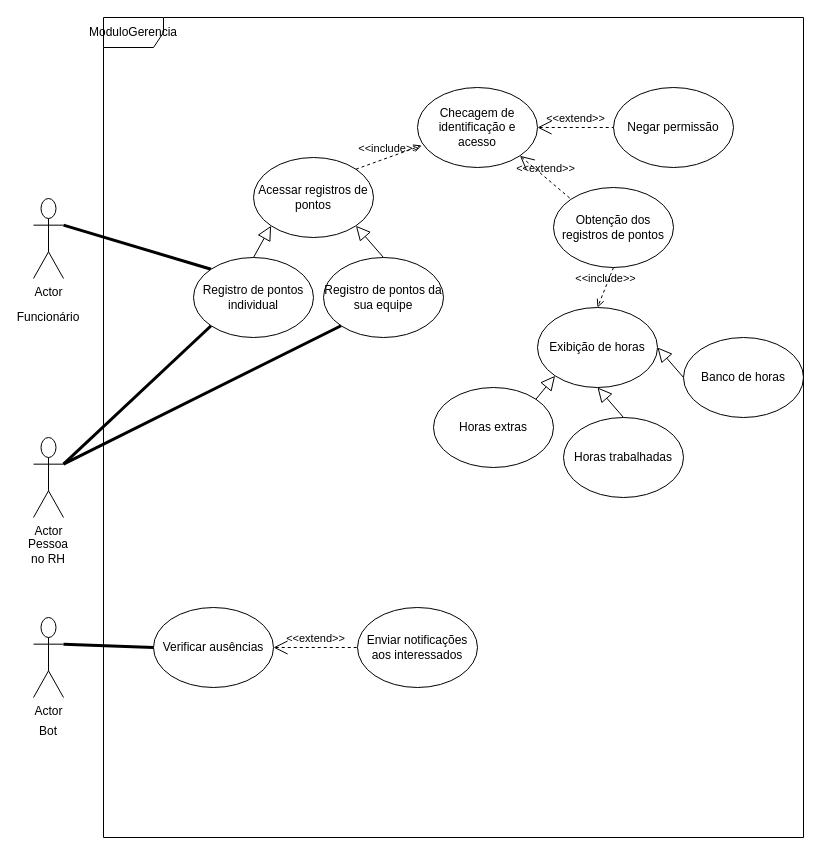
The draw.io diagram DiagramasUML/case-ModuloGerencia.drawio in marcelo-schaefer/senior-proway-controle-ponto, before the edit. Source tidied: cells renumbered, new cells numbered last; positions are measured from the earlier drawing's top-left corner, leaving out a move shared by most shapes. Both pictures are drawn from the tidied source at 100%, with x=0, y=0 at pixel (23, 17).
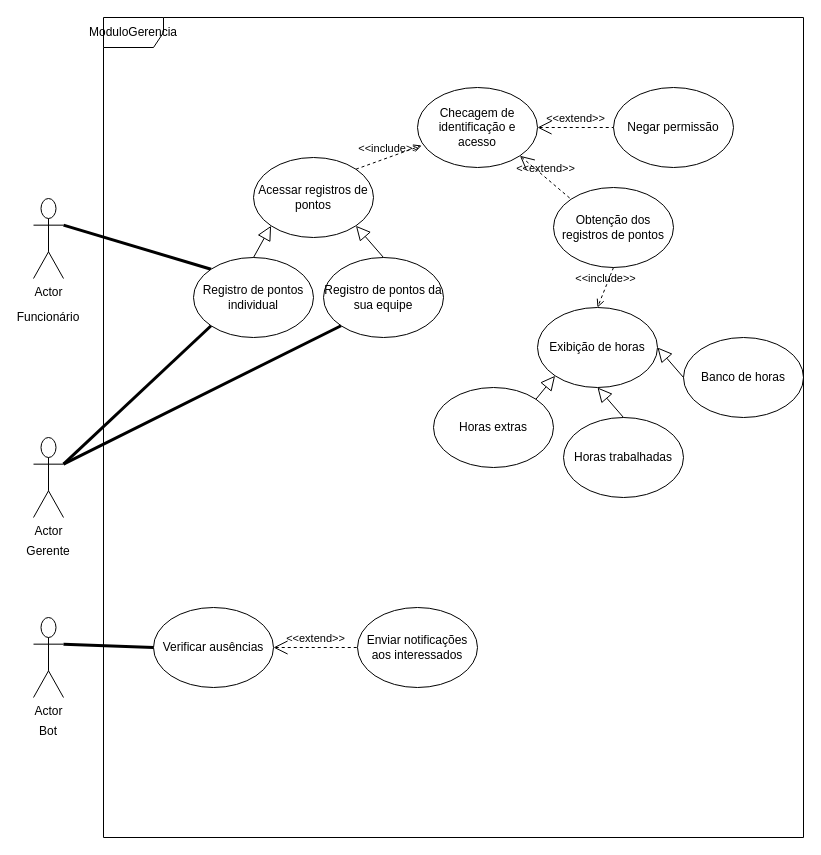
After the change.

Commit message (it also covers changes not shown here):
jpegs dos diagramas de caso

What changed in the source:
```diff
@@
-    <mxCell id="5" value="Pessoa no RH" style="text;html=1;strokeColor=none;fillColor=none;align=center;verticalAlign=middle;whiteSpace=wrap;rounded=0;" parent="1" vertex="1">
+    <mxCell id="5" value="Gerente" style="text;html=1;strokeColor=none;fillColor=none;align=center;verticalAlign=middle;whiteSpace=wrap;rounded=0;" parent="1" vertex="1">
       <mxGeometry x="5" y="524" width="40" height="20" as="geometry" />
     </mxCell>
```
